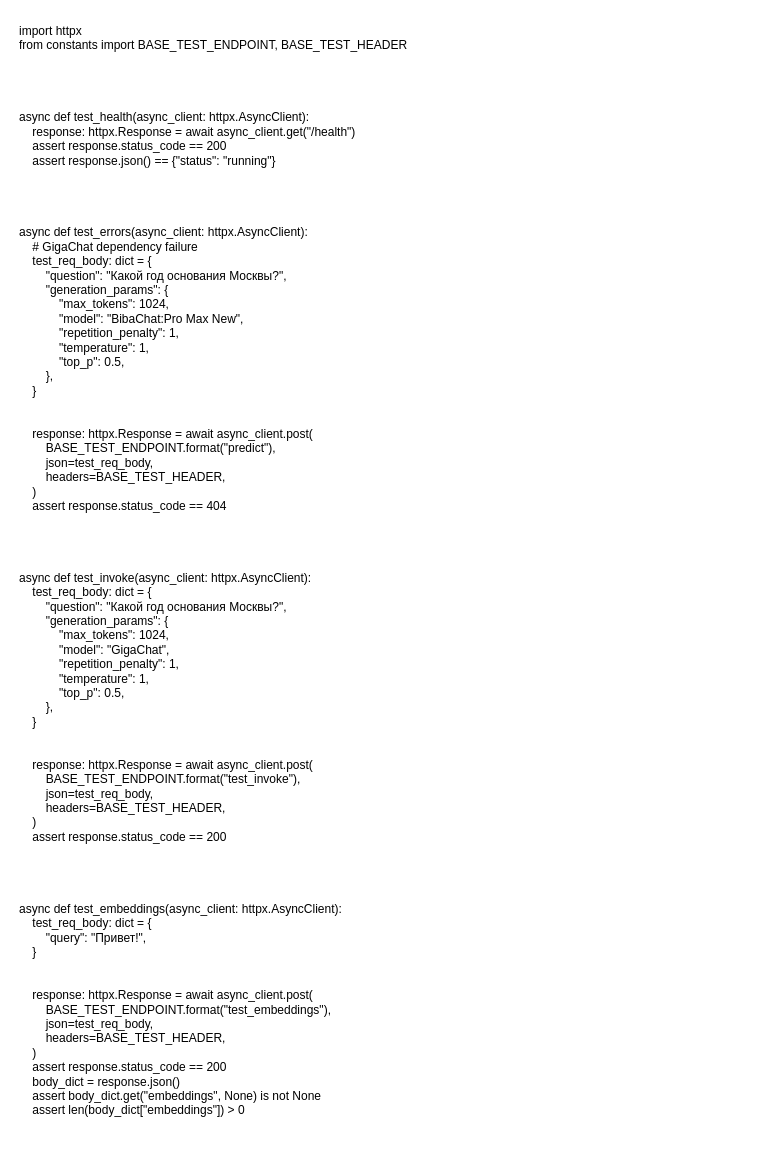
Before: Диаграмма без названия.drawio in Waso-python/test, a draw.io diagram. Source tidied: cells renumbered, new cells numbered last; positions are measured from the earlier drawing's top-left corner, leaving out a move shared by most shapes. Both pictures are drawn from the tidied source at 100%, with x=0, y=0 at pixel (17, 17).
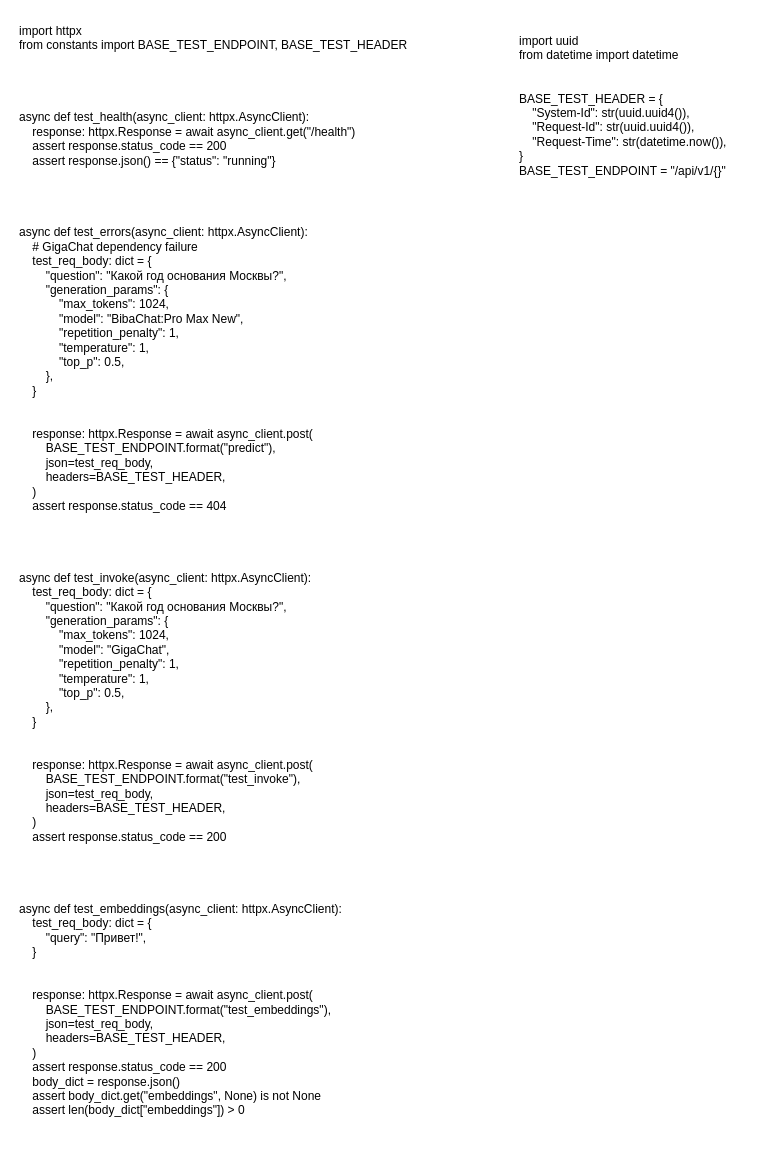
The same diagram, later.

Change to the diagram source:
```diff
@@
 <mxGraphModel>
   <root>
     <mxCell id="0" />
     <mxCell id="1" parent="0" />
     <mxCell id="2" value="import httpx&#10;from constants import BASE_TEST_ENDPOINT, BASE_TEST_HEADER&#10;&#10;&#10;&#10;&#10;async def test_health(async_client: httpx.AsyncClient):&#10;    response: httpx.Response = await async_client.get(&quot;/health&quot;)&#10;    assert response.status_code == 200&#10;    assert response.json() == {&quot;status&quot;: &quot;running&quot;}&#10;&#10;&#10;&#10;&#10;async def test_errors(async_client: httpx.AsyncClient):&#10;    # GigaChat dependency failure&#10;    test_req_body: dict = {&#10;        &quot;question&quot;: &quot;Какой год основания Москвы?&quot;,&#10;        &quot;generation_params&quot;: {&#10;            &quot;max_tokens&quot;: 1024,&#10;            &quot;model&quot;: &quot;BibaChat:Pro Max New&quot;,&#10;            &quot;repetition_penalty&quot;: 1,&#10;            &quot;temperature&quot;: 1,&#10;            &quot;top_p&quot;: 0.5,&#10;        },&#10;    }&#10;&#10;&#10;    response: httpx.Response = await async_client.post(&#10;        BASE_TEST_ENDPOINT.format(&quot;predict&quot;),&#10;        json=test_req_body,&#10;        headers=BASE_TEST_HEADER,&#10;    )&#10;    assert response.status_code == 404&#10;&#10;&#10;&#10;&#10;async def test_invoke(async_client: httpx.AsyncClient):&#10;    test_req_body: dict = {&#10;        &quot;question&quot;: &quot;Какой год основания Москвы?&quot;,&#10;        &quot;generation_params&quot;: {&#10;            &quot;max_tokens&quot;: 1024,&#10;            &quot;model&quot;: &quot;GigaChat&quot;,&#10;            &quot;repetition_penalty&quot;: 1,&#10;            &quot;temperature&quot;: 1,&#10;            &quot;top_p&quot;: 0.5,&#10;        },&#10;    }&#10;&#10;&#10;    response: httpx.Response = await async_client.post(&#10;        BASE_TEST_ENDPOINT.format(&quot;test_invoke&quot;),&#10;        json=test_req_body,&#10;        headers=BASE_TEST_HEADER,&#10;    )&#10;    assert response.status_code == 200&#10;&#10;&#10;&#10;&#10;async def test_embeddings(async_client: httpx.AsyncClient):&#10;    test_req_body: dict = {&#10;        &quot;query&quot;: &quot;Привет!&quot;,&#10;    }&#10;&#10;&#10;    response: httpx.Response = await async_client.post(&#10;        BASE_TEST_ENDPOINT.format(&quot;test_embeddings&quot;),&#10;        json=test_req_body,&#10;        headers=BASE_TEST_HEADER,&#10;    )&#10;    assert response.status_code == 200&#10;    body_dict = response.json()&#10;    assert body_dict.get(&quot;embeddings&quot;, None) is not None&#10;    assert len(body_dict[&quot;embeddings&quot;]) &gt; 0" style="text;whiteSpace=wrap;" parent="1" vertex="1">
       <mxGeometry width="420" height="1120" as="geometry" />
     </mxCell>
+    <mxCell id="3" value="import uuid&#10;from datetime import datetime&#10;&#10;&#10;BASE_TEST_HEADER = {&#10;    &quot;System-Id&quot;: str(uuid.uuid4()),&#10;    &quot;Request-Id&quot;: str(uuid.uuid4()),&#10;    &quot;Request-Time&quot;: str(datetime.now()),&#10;}&#10;BASE_TEST_ENDPOINT = &quot;/api/v1/{}&quot;" style="text;whiteSpace=wrap;" parent="1" vertex="1">
+      <mxGeometry x="500" y="10" width="240" height="170" as="geometry" />
+    </mxCell>
   </root>
 </mxGraphModel>
```
